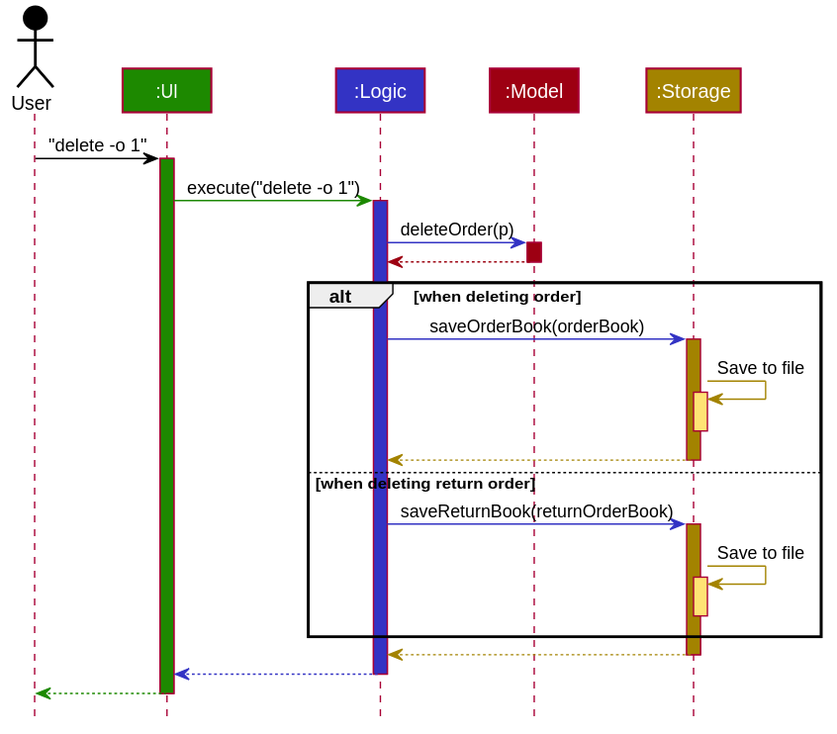
Earlier version of the PlantUML export docs/images/ArchitectureSequenceDiagram.svg (nus-cs2103-AY1920S2/addressbook-level3).
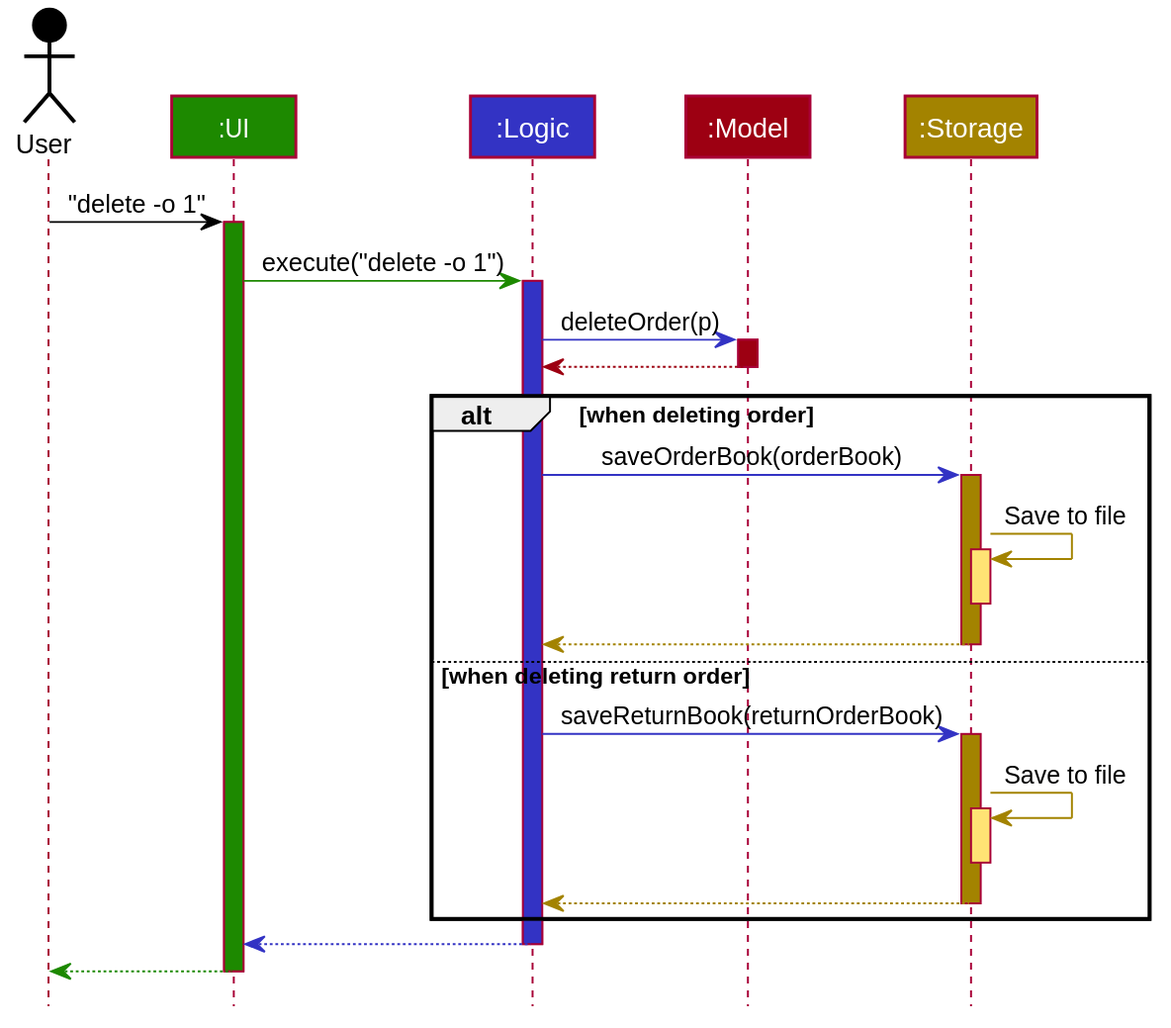
The same file after the commit.

Commit message:
ArchitectureSequenceDiagram.puml: Update alt case return error bug

What changed in the source:
```diff
@@ -84,10 +84,9 @@
 storage -[#A38300]> storage : Save to file
 activate storage #FFE374
 deactivate storage
-end
-
 storage --[#A38300]> logic
 deactivate storage
+end
 
 logic --[#3333C4]> ui
 deactivate logic
```
